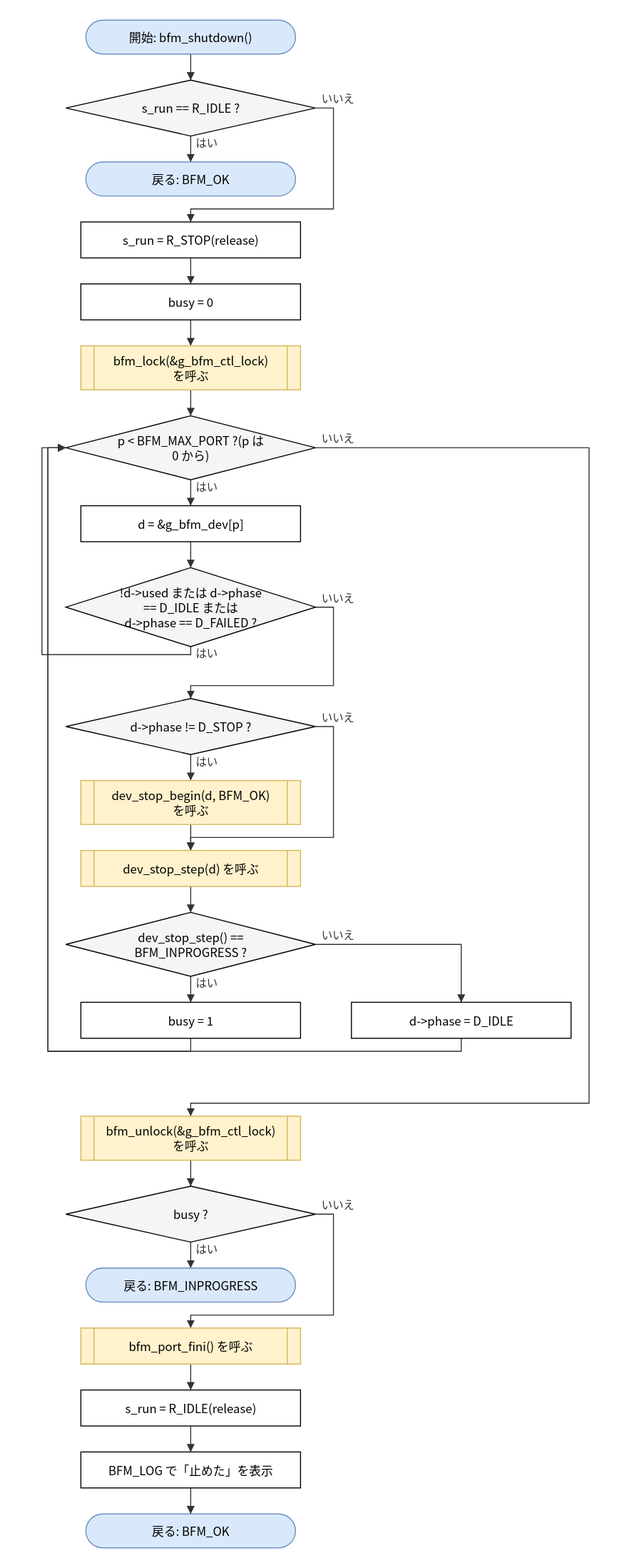
This is doc/spec/images/flow_src_bfm_core-bfm_shutdown.drawio.svg from hf355051012-ai/bfmem, a draw.io export, as it was before one commit. Source tidied: cells renumbered, new cells last; positions are measured from the earlier drawing's top-left corner, leaving out a move shared by most shapes.
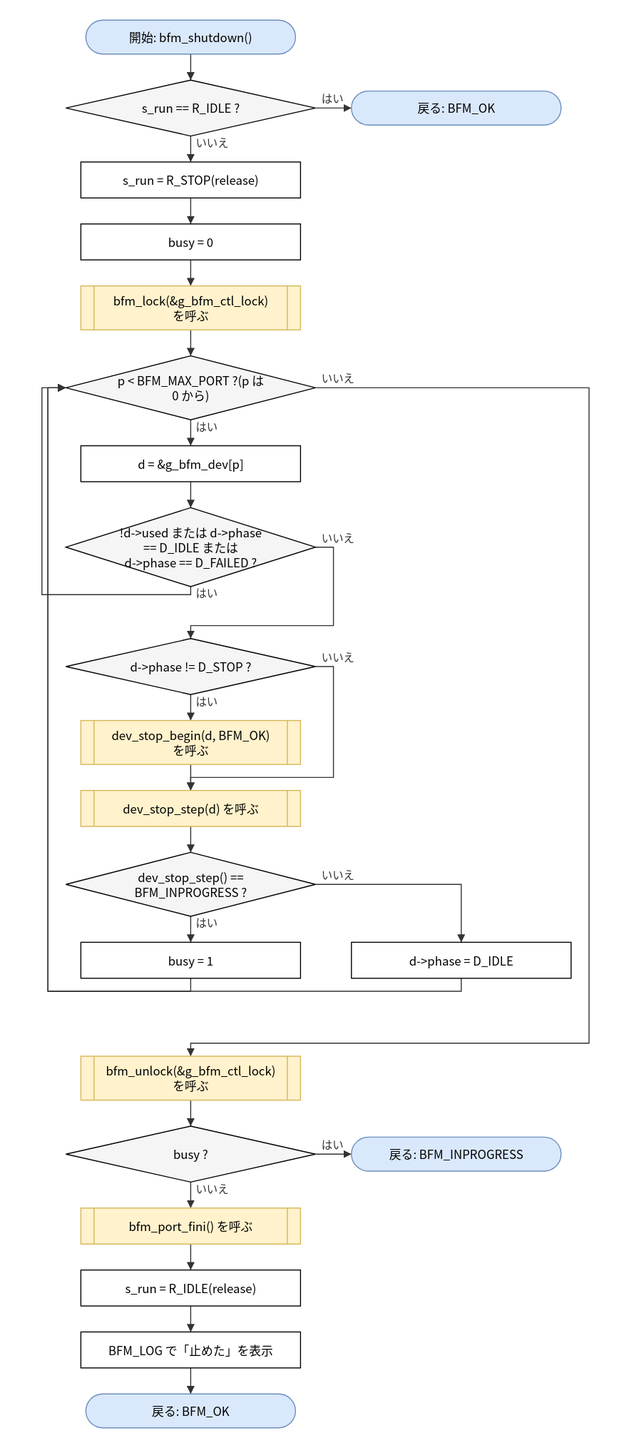
The same diagram one commit later.

Change to the diagram source:
```diff
@@ -3,13 +3,13 @@
     <mxCell id="0" />
     <mxCell id="1" parent="0" />
     <mxCell id="2" value="開始: bfm_shutdown()" style="rounded=1;arcSize=50;whiteSpace=wrap;html=1;fillColor=#dae8fc;strokeColor=#6c8ebf;" parent="1" vertex="1">
-      <mxGeometry x="44" width="210" height="34" as="geometry" />
+      <mxGeometry x="44" y="60" width="210" height="34" as="geometry" />
     </mxCell>
     <mxCell id="3" value="s_run == R_IDLE ?" style="rhombus;whiteSpace=wrap;html=1;fillColor=#f5f5f5;" parent="1" vertex="1">
-      <mxGeometry x="24" y="60" width="250" height="56" as="geometry" />
+      <mxGeometry x="24" y="120" width="250" height="56" as="geometry" />
     </mxCell>
     <mxCell id="4" value="戻る: BFM_OK" style="rounded=1;arcSize=50;whiteSpace=wrap;html=1;fillColor=#dae8fc;strokeColor=#6c8ebf;" parent="1" vertex="1">
-      <mxGeometry x="44" y="142" width="210" height="34" as="geometry" />
+      <mxGeometry x="310" y="131" width="210" height="34" as="geometry" />
     </mxCell>
     <mxCell id="5" value="s_run = R_STOP(release)" style="rounded=0;whiteSpace=wrap;html=1;" parent="1" vertex="1">
       <mxGeometry x="39" y="202" width="220" height="36" as="geometry" />
@@ -54,34 +54,28 @@
       <mxGeometry x="24" y="1167" width="250" height="56" as="geometry" />
     </mxCell>
     <mxCell id="19" value="戻る: BFM_INPROGRESS" style="rounded=1;arcSize=50;whiteSpace=wrap;html=1;fillColor=#dae8fc;strokeColor=#6c8ebf;" parent="1" vertex="1">
-      <mxGeometry x="44" y="1249" width="210" height="34" as="geometry" />
+      <mxGeometry x="310" y="1178" width="210" height="34" as="geometry" />
     </mxCell>
     <mxCell id="20" value="bfm_port_fini() を呼ぶ" style="shape=process;whiteSpace=wrap;html=1;backgroundOutline=1;size=0.06;fillColor=#fff2cc;strokeColor=#d6b656;" parent="1" vertex="1">
-      <mxGeometry x="39" y="1309" width="220" height="36" as="geometry" />
+      <mxGeometry x="39" y="1249" width="220" height="36" as="geometry" />
     </mxCell>
     <mxCell id="21" value="s_run = R_IDLE(release)" style="rounded=0;whiteSpace=wrap;html=1;" parent="1" vertex="1">
-      <mxGeometry x="39" y="1371" width="220" height="36" as="geometry" />
+      <mxGeometry x="39" y="1311" width="220" height="36" as="geometry" />
     </mxCell>
     <mxCell id="22" value="BFM_LOG で「止めた」を表示" style="rounded=0;whiteSpace=wrap;html=1;" parent="1" vertex="1">
-      <mxGeometry x="39" y="1433" width="220" height="36" as="geometry" />
+      <mxGeometry x="39" y="1373" width="220" height="36" as="geometry" />
     </mxCell>
     <mxCell id="23" value="戻る: BFM_OK" style="rounded=1;arcSize=50;whiteSpace=wrap;html=1;fillColor=#dae8fc;strokeColor=#6c8ebf;" parent="1" vertex="1">
-      <mxGeometry x="44" y="1495" width="210" height="34" as="geometry" />
+      <mxGeometry x="44" y="1435" width="210" height="34" as="geometry" />
     </mxCell>
     <mxCell id="24" style="edgeStyle=none;html=1;rounded=0;endArrow=block;endFill=1;exitX=0.5000;exitY=1.0000;exitDx=0;exitDy=0;exitPerimeter=0;entryX=0.5000;entryY=0.0000;entryDx=0;entryDy=0;entryPerimeter=0;" parent="1" edge="1" source="2" target="3">
       <mxGeometry relative="1" as="geometry" />
     </mxCell>
-    <mxCell id="25" value="はい" style="edgeStyle=none;html=1;rounded=0;endArrow=block;endFill=1;exitX=0.5000;exitY=1.0000;exitDx=0;exitDy=0;exitPerimeter=0;entryX=0.5000;entryY=0.0000;entryDx=0;entryDy=0;entryPerimeter=0;" parent="1" edge="1" source="3" target="4">
+    <mxCell id="25" value="はい" style="edgeStyle=none;html=1;rounded=0;endArrow=block;endFill=1;exitX=1.0000;exitY=0.5000;exitDx=0;exitDy=0;exitPerimeter=0;entryX=0.0000;entryY=0.5000;entryDx=0;entryDy=0;entryPerimeter=0;" parent="1" edge="1" source="3" target="4">
       <mxGeometry relative="1" as="geometry" />
     </mxCell>
-    <mxCell id="26" value="いいえ" style="edgeStyle=none;html=1;rounded=0;endArrow=block;endFill=1;exitX=1.0000;exitY=0.5000;exitDx=0;exitDy=0;exitPerimeter=0;entryX=0.5000;entryY=0.0000;entryDx=0;entryDy=0;entryPerimeter=0;" parent="1" edge="1" source="3" target="5">
-      <mxGeometry relative="1" as="geometry">
-        <Array as="points">
-          <mxPoint x="292" y="88" />
-          <mxPoint x="292" y="189" />
-          <mxPoint x="149" y="189" />
-        </Array>
-      </mxGeometry>
+    <mxCell id="26" value="いいえ" style="edgeStyle=none;html=1;rounded=0;endArrow=block;endFill=1;exitX=0.5000;exitY=1.0000;exitDx=0;exitDy=0;exitPerimeter=0;entryX=0.5000;entryY=0.0000;entryDx=0;entryDy=0;entryPerimeter=0;" parent="1" edge="1" source="3" target="5">
+      <mxGeometry relative="1" as="geometry" />
     </mxCell>
     <mxCell id="27" style="edgeStyle=none;html=1;rounded=0;endArrow=block;endFill=1;exitX=0.5000;exitY=1.0000;exitDx=0;exitDy=0;exitPerimeter=0;entryX=0.5000;entryY=0.0000;entryDx=0;entryDy=0;entryPerimeter=0;" parent="1" edge="1" source="5" target="6">
       <mxGeometry relative="1" as="geometry" />
@@ -174,17 +168,11 @@
     <mxCell id="43" style="edgeStyle=none;html=1;rounded=0;endArrow=block;endFill=1;exitX=0.5000;exitY=1.0000;exitDx=0;exitDy=0;exitPerimeter=0;entryX=0.5000;entryY=0.0000;entryDx=0;entryDy=0;entryPerimeter=0;" parent="1" edge="1" source="17" target="18">
       <mxGeometry relative="1" as="geometry" />
     </mxCell>
-    <mxCell id="44" value="はい" style="edgeStyle=none;html=1;rounded=0;endArrow=block;endFill=1;exitX=0.5000;exitY=1.0000;exitDx=0;exitDy=0;exitPerimeter=0;entryX=0.5000;entryY=0.0000;entryDx=0;entryDy=0;entryPerimeter=0;" parent="1" edge="1" source="18" target="19">
+    <mxCell id="44" value="はい" style="edgeStyle=none;html=1;rounded=0;endArrow=block;endFill=1;exitX=1.0000;exitY=0.5000;exitDx=0;exitDy=0;exitPerimeter=0;entryX=0.0000;entryY=0.5000;entryDx=0;entryDy=0;entryPerimeter=0;" parent="1" edge="1" source="18" target="19">
       <mxGeometry relative="1" as="geometry" />
     </mxCell>
-    <mxCell id="45" value="いいえ" style="edgeStyle=none;html=1;rounded=0;endArrow=block;endFill=1;exitX=1.0000;exitY=0.5000;exitDx=0;exitDy=0;exitPerimeter=0;entryX=0.5000;entryY=0.0000;entryDx=0;entryDy=0;entryPerimeter=0;" parent="1" edge="1" source="18" target="20">
-      <mxGeometry relative="1" as="geometry">
-        <Array as="points">
-          <mxPoint x="292" y="1195" />
-          <mxPoint x="292" y="1296" />
-          <mxPoint x="149" y="1296" />
-        </Array>
-      </mxGeometry>
+    <mxCell id="45" value="いいえ" style="edgeStyle=none;html=1;rounded=0;endArrow=block;endFill=1;exitX=0.5000;exitY=1.0000;exitDx=0;exitDy=0;exitPerimeter=0;entryX=0.5000;entryY=0.0000;entryDx=0;entryDy=0;entryPerimeter=0;" parent="1" edge="1" source="18" target="20">
+      <mxGeometry relative="1" as="geometry" />
     </mxCell>
     <mxCell id="46" style="edgeStyle=none;html=1;rounded=0;endArrow=block;endFill=1;exitX=0.5000;exitY=1.0000;exitDx=0;exitDy=0;exitPerimeter=0;entryX=0.5000;entryY=0.0000;entryDx=0;entryDy=0;entryPerimeter=0;" parent="1" edge="1" source="20" target="21">
       <mxGeometry relative="1" as="geometry" />
```
